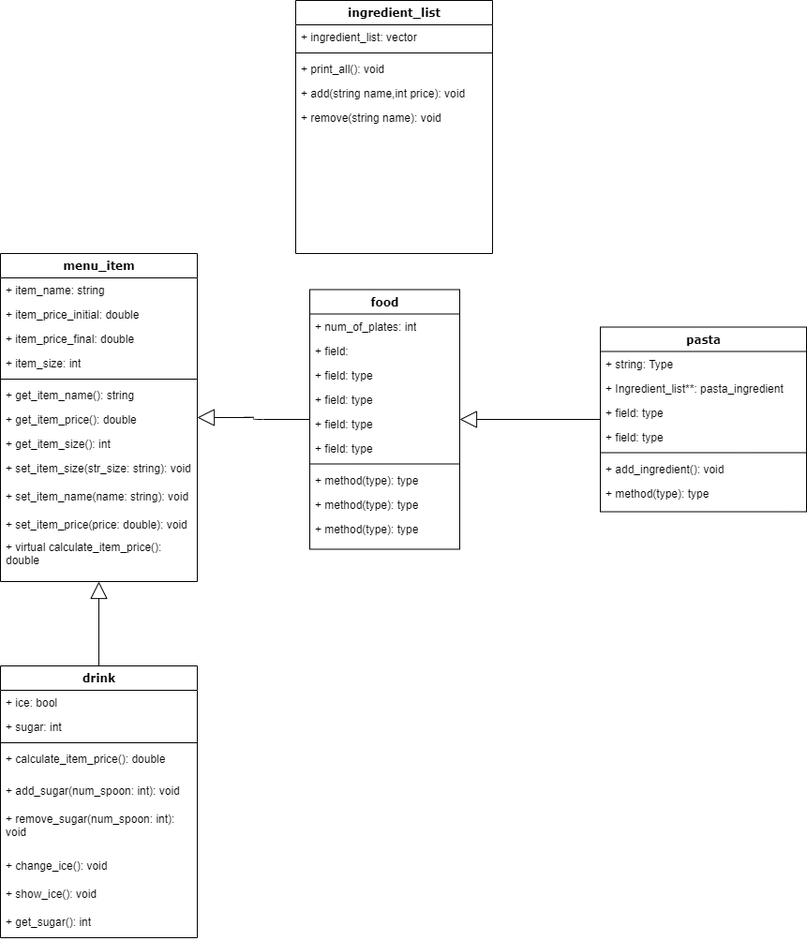
Before: UML.png, a diagram exported from draw.io (SohamA12345/Project). Source tidied: cells renumbered, new cells last; positions are measured from the earlier drawing's top-left corner, leaving out a move shared by most shapes.
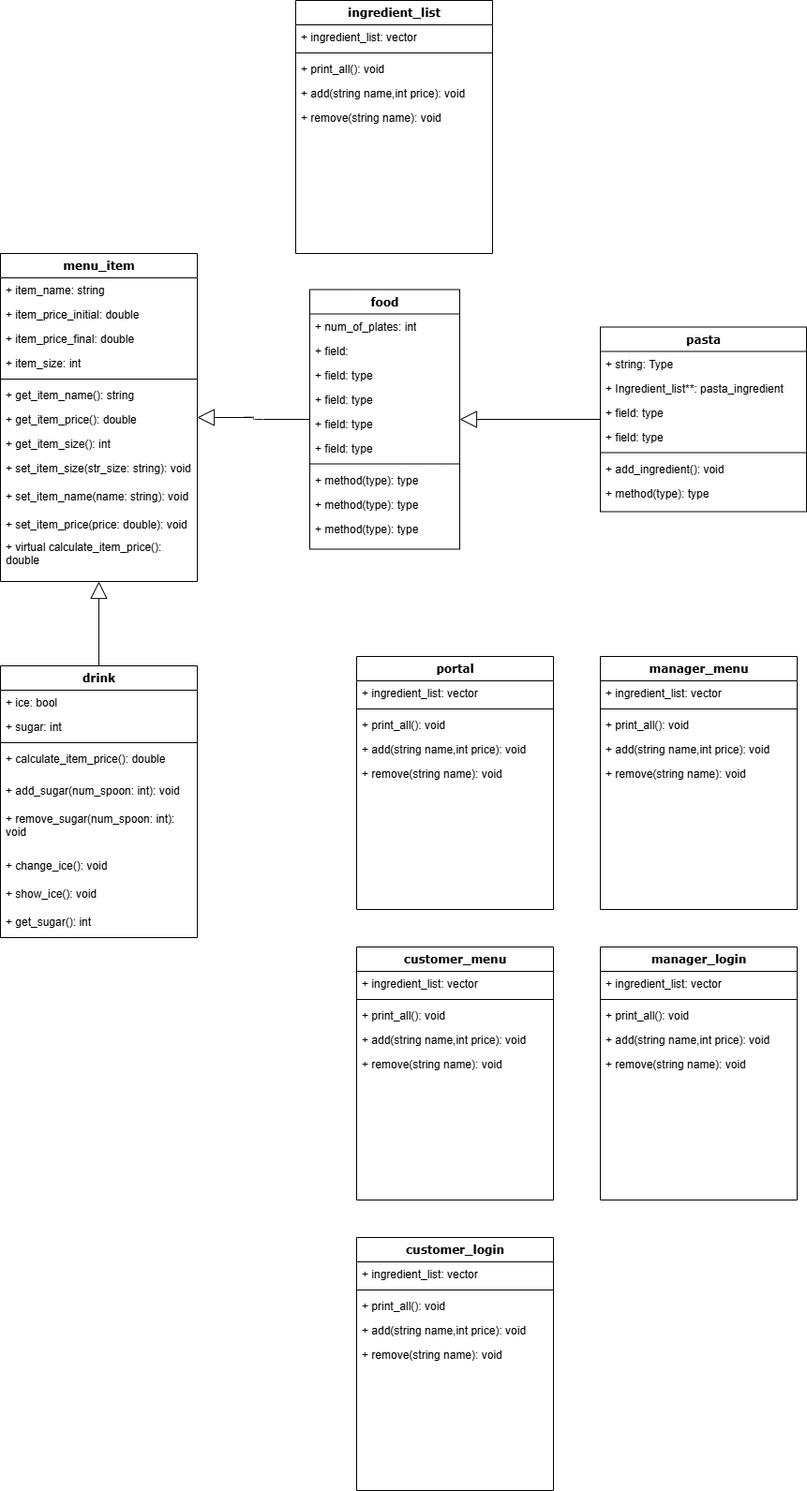
After the change.

Change to the diagram source:
```diff
@@ -158,5 +158,95 @@
     <mxCell id="53" style="rounded=0;jettySize=auto;html=1;entryX=0.5;entryY=1;entryDx=0;entryDy=0;shape=arrow;" parent="1" edge="1" target="37">
       <mxGeometry relative="1" as="geometry" />
     </mxCell>
+    <mxCell id="54" value="portal" style="swimlane;html=1;fontStyle=1;align=center;verticalAlign=top;horizontal=1;startSize=26;swimlaneFillColor=#ffffff;rounded=0;shadow=0;comic=0;labelBackgroundColor=none;strokeWidth=1;fillColor=none;fontFamily=Verdana;fontSize=12;" parent="1" vertex="1">
+      <mxGeometry x="380" y="700" width="210" height="270" as="geometry" />
+    </mxCell>
+    <mxCell id="55" value="+ ingredient_list: vector" style="text;html=1;strokeColor=none;fillColor=none;align=left;verticalAlign=top;spacingLeft=4;spacingRight=4;whiteSpace=wrap;overflow=hidden;" parent="54" vertex="1">
+      <mxGeometry y="26" width="210" height="26" as="geometry" />
+    </mxCell>
+    <mxCell id="56" style="line;html=1;strokeWidth=1;fillColor=none;align=left;verticalAlign=middle;spacingTop=-1;spacingLeft=3;spacingRight=3;labelPosition=right;" parent="54" vertex="1">
+      <mxGeometry y="52" width="210" height="8" as="geometry" />
+    </mxCell>
+    <mxCell id="57" value="+ print_all(): void" style="text;html=1;strokeColor=none;fillColor=none;align=left;verticalAlign=top;spacingLeft=4;spacingRight=4;whiteSpace=wrap;overflow=hidden;" parent="54" vertex="1">
+      <mxGeometry y="60" width="210" height="26" as="geometry" />
+    </mxCell>
+    <mxCell id="58" value="+ add(string name,int price): void" style="text;html=1;strokeColor=none;fillColor=none;align=left;verticalAlign=top;spacingLeft=4;spacingRight=4;whiteSpace=wrap;overflow=hidden;" parent="54" vertex="1">
+      <mxGeometry y="86" width="210" height="26" as="geometry" />
+    </mxCell>
+    <mxCell id="59" value="+ remove(string name): void" style="text;html=1;strokeColor=none;fillColor=none;align=left;verticalAlign=top;spacingLeft=4;spacingRight=4;whiteSpace=wrap;overflow=hidden;" parent="54" vertex="1">
+      <mxGeometry y="112" width="210" height="26" as="geometry" />
+    </mxCell>
+    <mxCell id="60" value="manager_menu" style="swimlane;html=1;fontStyle=1;align=center;verticalAlign=top;horizontal=1;startSize=26;swimlaneFillColor=#ffffff;rounded=0;shadow=0;comic=0;labelBackgroundColor=none;strokeWidth=1;fillColor=none;fontFamily=Verdana;fontSize=12;" parent="1" vertex="1">
+      <mxGeometry x="640" y="700" width="210" height="270" as="geometry" />
+    </mxCell>
+    <mxCell id="61" value="+ ingredient_list: vector" style="text;html=1;strokeColor=none;fillColor=none;align=left;verticalAlign=top;spacingLeft=4;spacingRight=4;whiteSpace=wrap;overflow=hidden;" parent="60" vertex="1">
+      <mxGeometry y="26" width="210" height="26" as="geometry" />
+    </mxCell>
+    <mxCell id="62" style="line;html=1;strokeWidth=1;fillColor=none;align=left;verticalAlign=middle;spacingTop=-1;spacingLeft=3;spacingRight=3;labelPosition=right;" parent="60" vertex="1">
+      <mxGeometry y="52" width="210" height="8" as="geometry" />
+    </mxCell>
+    <mxCell id="63" value="+ print_all(): void" style="text;html=1;strokeColor=none;fillColor=none;align=left;verticalAlign=top;spacingLeft=4;spacingRight=4;whiteSpace=wrap;overflow=hidden;" parent="60" vertex="1">
+      <mxGeometry y="60" width="210" height="26" as="geometry" />
+    </mxCell>
+    <mxCell id="64" value="+ add(string name,int price): void" style="text;html=1;strokeColor=none;fillColor=none;align=left;verticalAlign=top;spacingLeft=4;spacingRight=4;whiteSpace=wrap;overflow=hidden;" parent="60" vertex="1">
+      <mxGeometry y="86" width="210" height="26" as="geometry" />
+    </mxCell>
+    <mxCell id="65" value="+ remove(string name): void" style="text;html=1;strokeColor=none;fillColor=none;align=left;verticalAlign=top;spacingLeft=4;spacingRight=4;whiteSpace=wrap;overflow=hidden;" parent="60" vertex="1">
+      <mxGeometry y="112" width="210" height="26" as="geometry" />
+    </mxCell>
+    <mxCell id="66" value="manager_login" style="swimlane;html=1;fontStyle=1;align=center;verticalAlign=top;horizontal=1;startSize=26;swimlaneFillColor=#ffffff;rounded=0;shadow=0;comic=0;labelBackgroundColor=none;strokeWidth=1;fillColor=none;fontFamily=Verdana;fontSize=12;" parent="1" vertex="1">
+      <mxGeometry x="640" y="1010" width="210" height="270" as="geometry" />
+    </mxCell>
+    <mxCell id="67" value="+ ingredient_list: vector" style="text;html=1;strokeColor=none;fillColor=none;align=left;verticalAlign=top;spacingLeft=4;spacingRight=4;whiteSpace=wrap;overflow=hidden;" parent="66" vertex="1">
+      <mxGeometry y="26" width="210" height="26" as="geometry" />
+    </mxCell>
+    <mxCell id="68" style="line;html=1;strokeWidth=1;fillColor=none;align=left;verticalAlign=middle;spacingTop=-1;spacingLeft=3;spacingRight=3;labelPosition=right;" parent="66" vertex="1">
+      <mxGeometry y="52" width="210" height="8" as="geometry" />
+    </mxCell>
+    <mxCell id="69" value="+ print_all(): void" style="text;html=1;strokeColor=none;fillColor=none;align=left;verticalAlign=top;spacingLeft=4;spacingRight=4;whiteSpace=wrap;overflow=hidden;" parent="66" vertex="1">
+      <mxGeometry y="60" width="210" height="26" as="geometry" />
+    </mxCell>
+    <mxCell id="70" value="+ add(string name,int price): void" style="text;html=1;strokeColor=none;fillColor=none;align=left;verticalAlign=top;spacingLeft=4;spacingRight=4;whiteSpace=wrap;overflow=hidden;" parent="66" vertex="1">
+      <mxGeometry y="86" width="210" height="26" as="geometry" />
+    </mxCell>
+    <mxCell id="71" value="+ remove(string name): void" style="text;html=1;strokeColor=none;fillColor=none;align=left;verticalAlign=top;spacingLeft=4;spacingRight=4;whiteSpace=wrap;overflow=hidden;" parent="66" vertex="1">
+      <mxGeometry y="112" width="210" height="26" as="geometry" />
+    </mxCell>
+    <mxCell id="72" value="customer_menu" style="swimlane;html=1;fontStyle=1;align=center;verticalAlign=top;horizontal=1;startSize=26;swimlaneFillColor=#ffffff;rounded=0;shadow=0;comic=0;labelBackgroundColor=none;strokeWidth=1;fillColor=none;fontFamily=Verdana;fontSize=12;" parent="1" vertex="1">
+      <mxGeometry x="380" y="1010" width="210" height="270" as="geometry" />
+    </mxCell>
+    <mxCell id="73" value="+ ingredient_list: vector" style="text;html=1;strokeColor=none;fillColor=none;align=left;verticalAlign=top;spacingLeft=4;spacingRight=4;whiteSpace=wrap;overflow=hidden;" parent="72" vertex="1">
+      <mxGeometry y="26" width="210" height="26" as="geometry" />
+    </mxCell>
+    <mxCell id="74" style="line;html=1;strokeWidth=1;fillColor=none;align=left;verticalAlign=middle;spacingTop=-1;spacingLeft=3;spacingRight=3;labelPosition=right;" parent="72" vertex="1">
+      <mxGeometry y="52" width="210" height="8" as="geometry" />
+    </mxCell>
+    <mxCell id="75" value="+ print_all(): void" style="text;html=1;strokeColor=none;fillColor=none;align=left;verticalAlign=top;spacingLeft=4;spacingRight=4;whiteSpace=wrap;overflow=hidden;" parent="72" vertex="1">
+      <mxGeometry y="60" width="210" height="26" as="geometry" />
+    </mxCell>
+    <mxCell id="76" value="+ add(string name,int price): void" style="text;html=1;strokeColor=none;fillColor=none;align=left;verticalAlign=top;spacingLeft=4;spacingRight=4;whiteSpace=wrap;overflow=hidden;" parent="72" vertex="1">
+      <mxGeometry y="86" width="210" height="26" as="geometry" />
+    </mxCell>
+    <mxCell id="77" value="+ remove(string name): void" style="text;html=1;strokeColor=none;fillColor=none;align=left;verticalAlign=top;spacingLeft=4;spacingRight=4;whiteSpace=wrap;overflow=hidden;" parent="72" vertex="1">
+      <mxGeometry y="112" width="210" height="26" as="geometry" />
+    </mxCell>
+    <mxCell id="78" value="customer_login" style="swimlane;html=1;fontStyle=1;align=center;verticalAlign=top;horizontal=1;startSize=26;swimlaneFillColor=#ffffff;rounded=0;shadow=0;comic=0;labelBackgroundColor=none;strokeWidth=1;fillColor=none;fontFamily=Verdana;fontSize=12;" parent="1" vertex="1">
+      <mxGeometry x="380" y="1320" width="210" height="270" as="geometry" />
+    </mxCell>
+    <mxCell id="79" value="+ ingredient_list: vector" style="text;html=1;strokeColor=none;fillColor=none;align=left;verticalAlign=top;spacingLeft=4;spacingRight=4;whiteSpace=wrap;overflow=hidden;" parent="78" vertex="1">
+      <mxGeometry y="26" width="210" height="26" as="geometry" />
+    </mxCell>
+    <mxCell id="80" style="line;html=1;strokeWidth=1;fillColor=none;align=left;verticalAlign=middle;spacingTop=-1;spacingLeft=3;spacingRight=3;labelPosition=right;" parent="78" vertex="1">
+      <mxGeometry y="52" width="210" height="8" as="geometry" />
+    </mxCell>
+    <mxCell id="81" value="+ print_all(): void" style="text;html=1;strokeColor=none;fillColor=none;align=left;verticalAlign=top;spacingLeft=4;spacingRight=4;whiteSpace=wrap;overflow=hidden;" parent="78" vertex="1">
+      <mxGeometry y="60" width="210" height="26" as="geometry" />
+    </mxCell>
+    <mxCell id="82" value="+ add(string name,int price): void" style="text;html=1;strokeColor=none;fillColor=none;align=left;verticalAlign=top;spacingLeft=4;spacingRight=4;whiteSpace=wrap;overflow=hidden;" parent="78" vertex="1">
+      <mxGeometry y="86" width="210" height="26" as="geometry" />
+    </mxCell>
+    <mxCell id="83" value="+ remove(string name): void" style="text;html=1;strokeColor=none;fillColor=none;align=left;verticalAlign=top;spacingLeft=4;spacingRight=4;whiteSpace=wrap;overflow=hidden;" parent="78" vertex="1">
+      <mxGeometry y="112" width="210" height="26" as="geometry" />
+    </mxCell>
   </root>
 </mxGraphModel>
```
